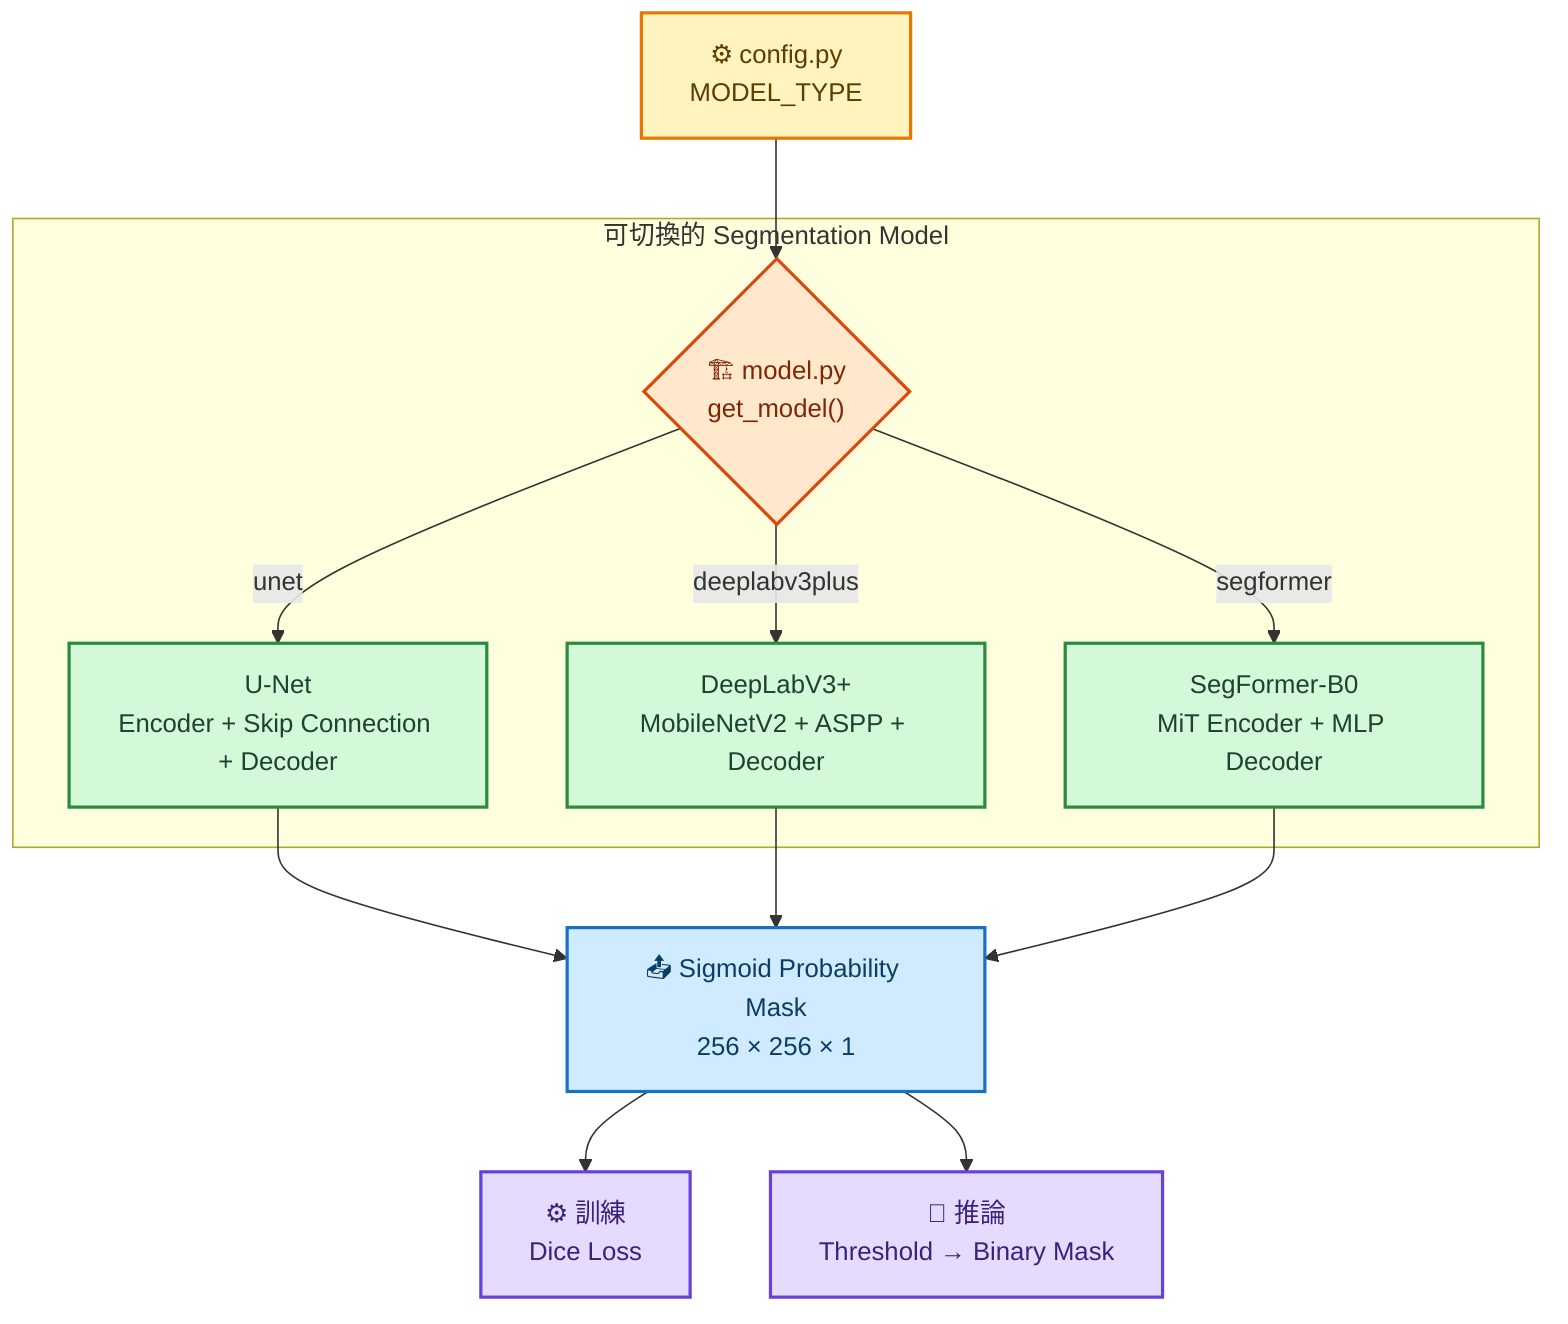
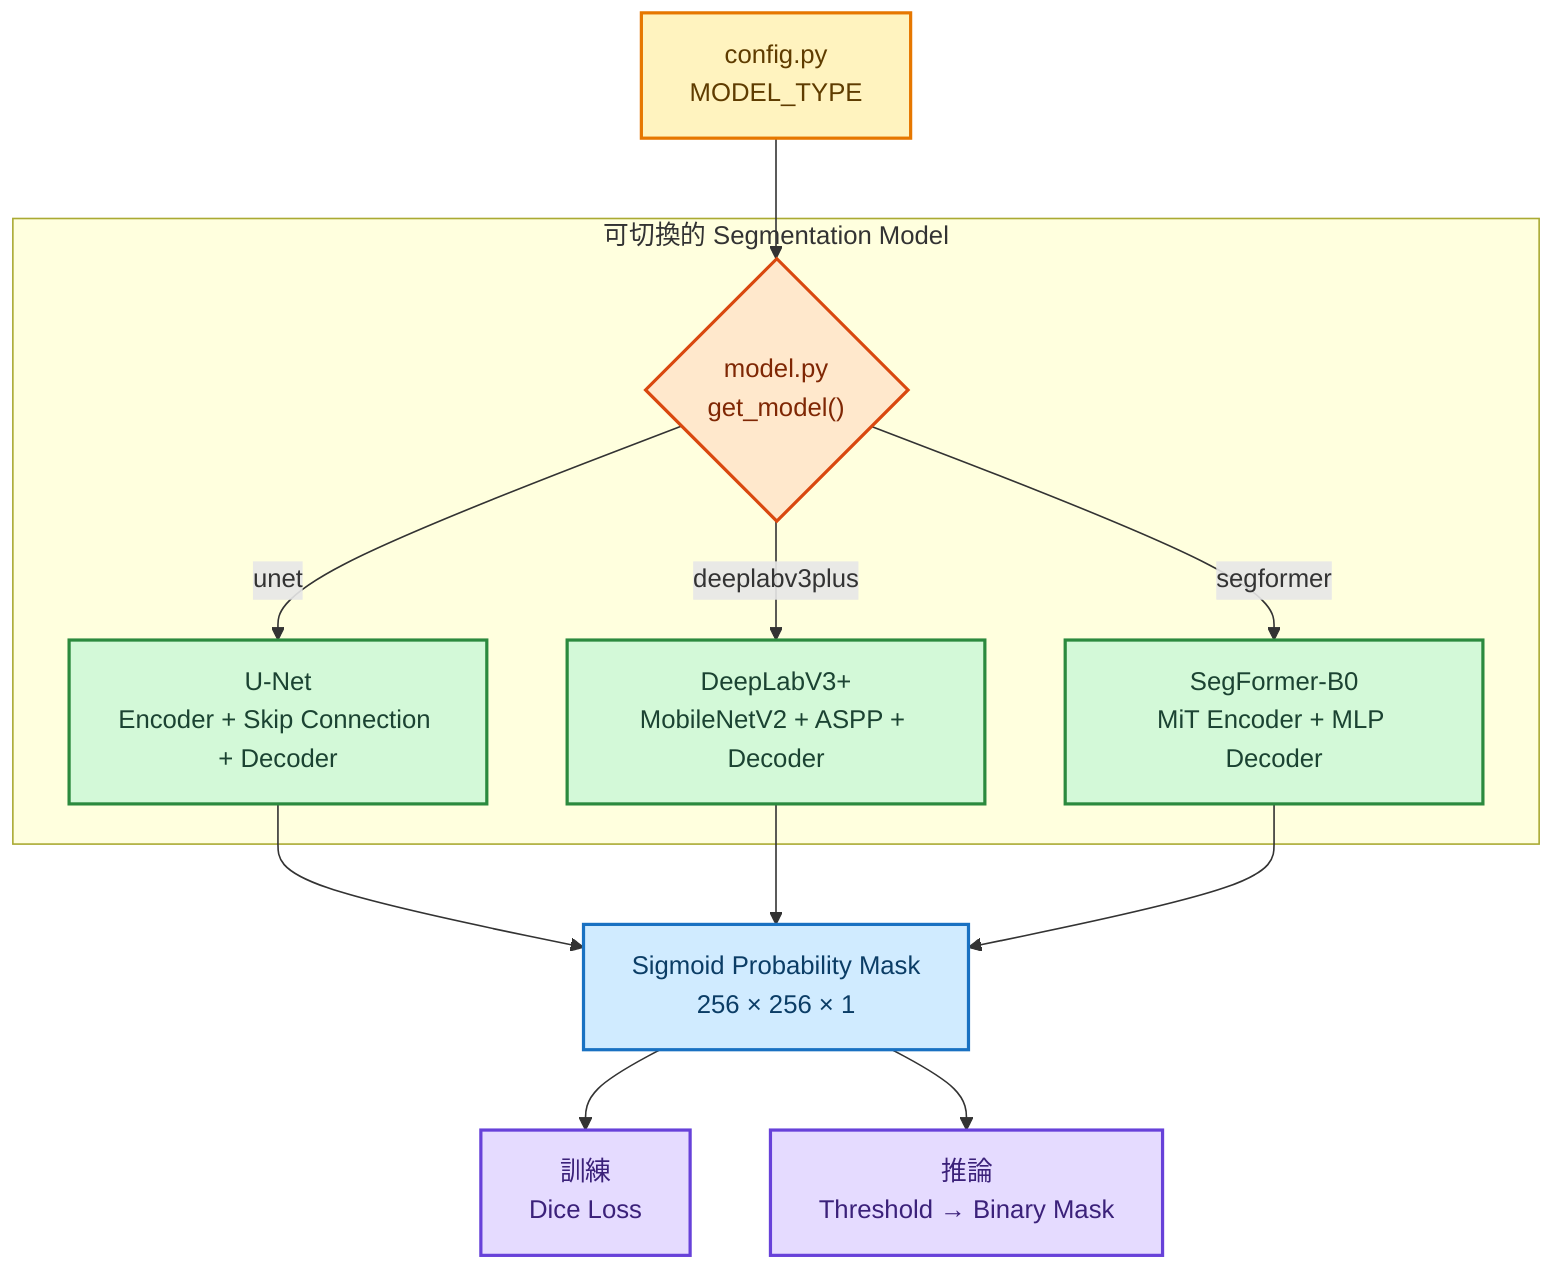
- flowchart TB
-     Config["⚙️ config.py<br/>MODEL_TYPE"] --> Factory{"🏗️ model.py<br/>get_model()"}
+ flowchart TD
+     Config["config.py<br/>MODEL_TYPE"] --> Factory{"model.py<br/>get_model()"}

    subgraph Models["可切換的 Segmentation Model"]
        Factory -->|unet| UNet["U-Net<br/>Encoder + Skip Connection + Decoder"]
        Factory -->|deeplabv3plus| DeepLab["DeepLabV3+<br/>MobileNetV2 + ASPP + Decoder"]
        Factory -->|segformer| SegFormer["SegFormer-B0<br/>MiT Encoder + MLP Decoder"]
    end

-     UNet --> Output["📤 Sigmoid Probability Mask<br/>256 × 256 × 1"]
+     UNet --> Output["Sigmoid Probability Mask<br/>256 × 256 × 1"]
    DeepLab --> Output
    SegFormer --> Output
-     Output --> Train["⚙️ 訓練<br/>Dice Loss"]
-     Output --> Inference["🎯 推論<br/>Threshold → Binary Mask"]
+     Output --> Train["訓練<br/>Dice Loss"]
+     Output --> Inference["推論<br/>Threshold → Binary Mask"]

    classDef config fill:#FFF3BF,stroke:#E67700,stroke-width:2px,color:#5F3C00
    classDef decision fill:#FFE8CC,stroke:#D9480F,stroke-width:2px,color:#7F2704
    classDef model fill:#D3F9D8,stroke:#2B8A3E,stroke-width:2px,color:#1B4332
    classDef output fill:#D0EBFF,stroke:#1971C2,stroke-width:2px,color:#0B3D66
    classDef usage fill:#E5DBFF,stroke:#6741D9,stroke-width:2px,color:#3B217A

    class Config config
    class Factory decision
    class UNet,DeepLab,SegFormer model
    class Output output
    class Train,Inference usage
